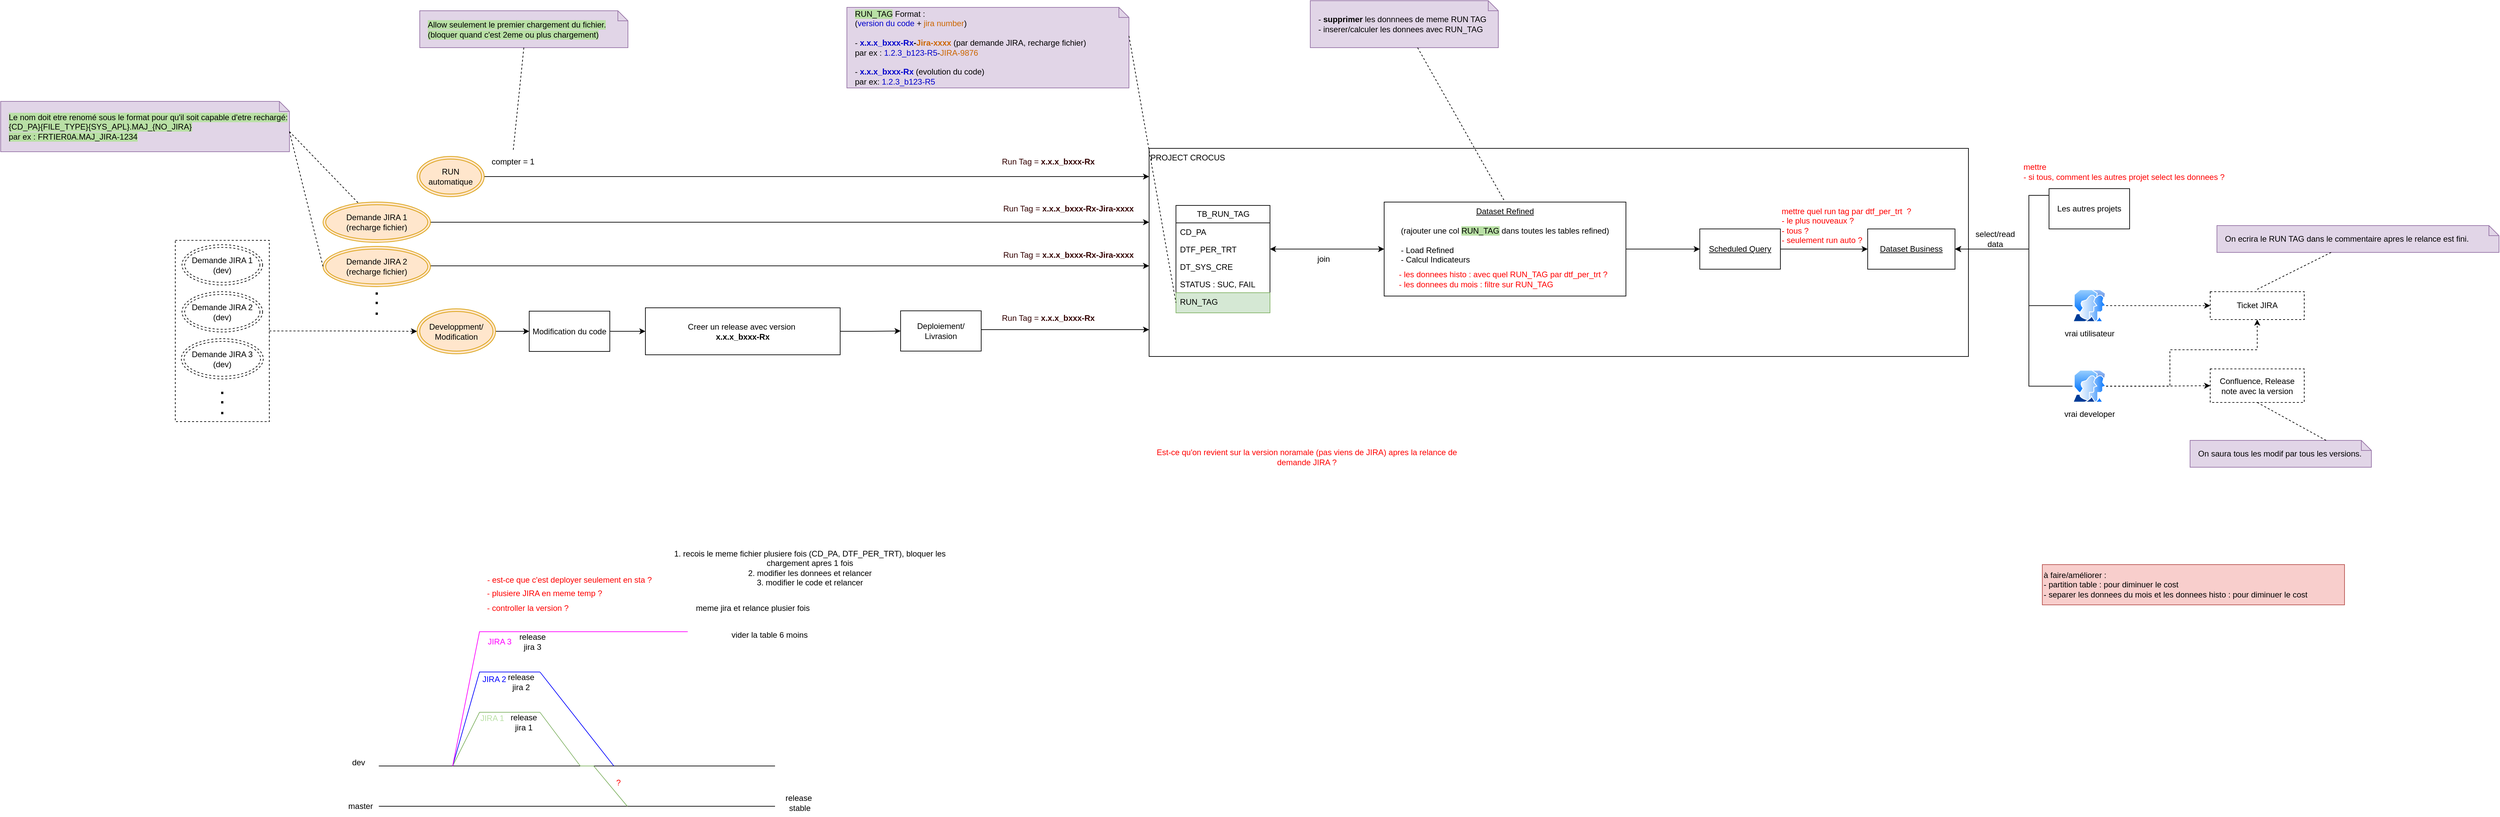
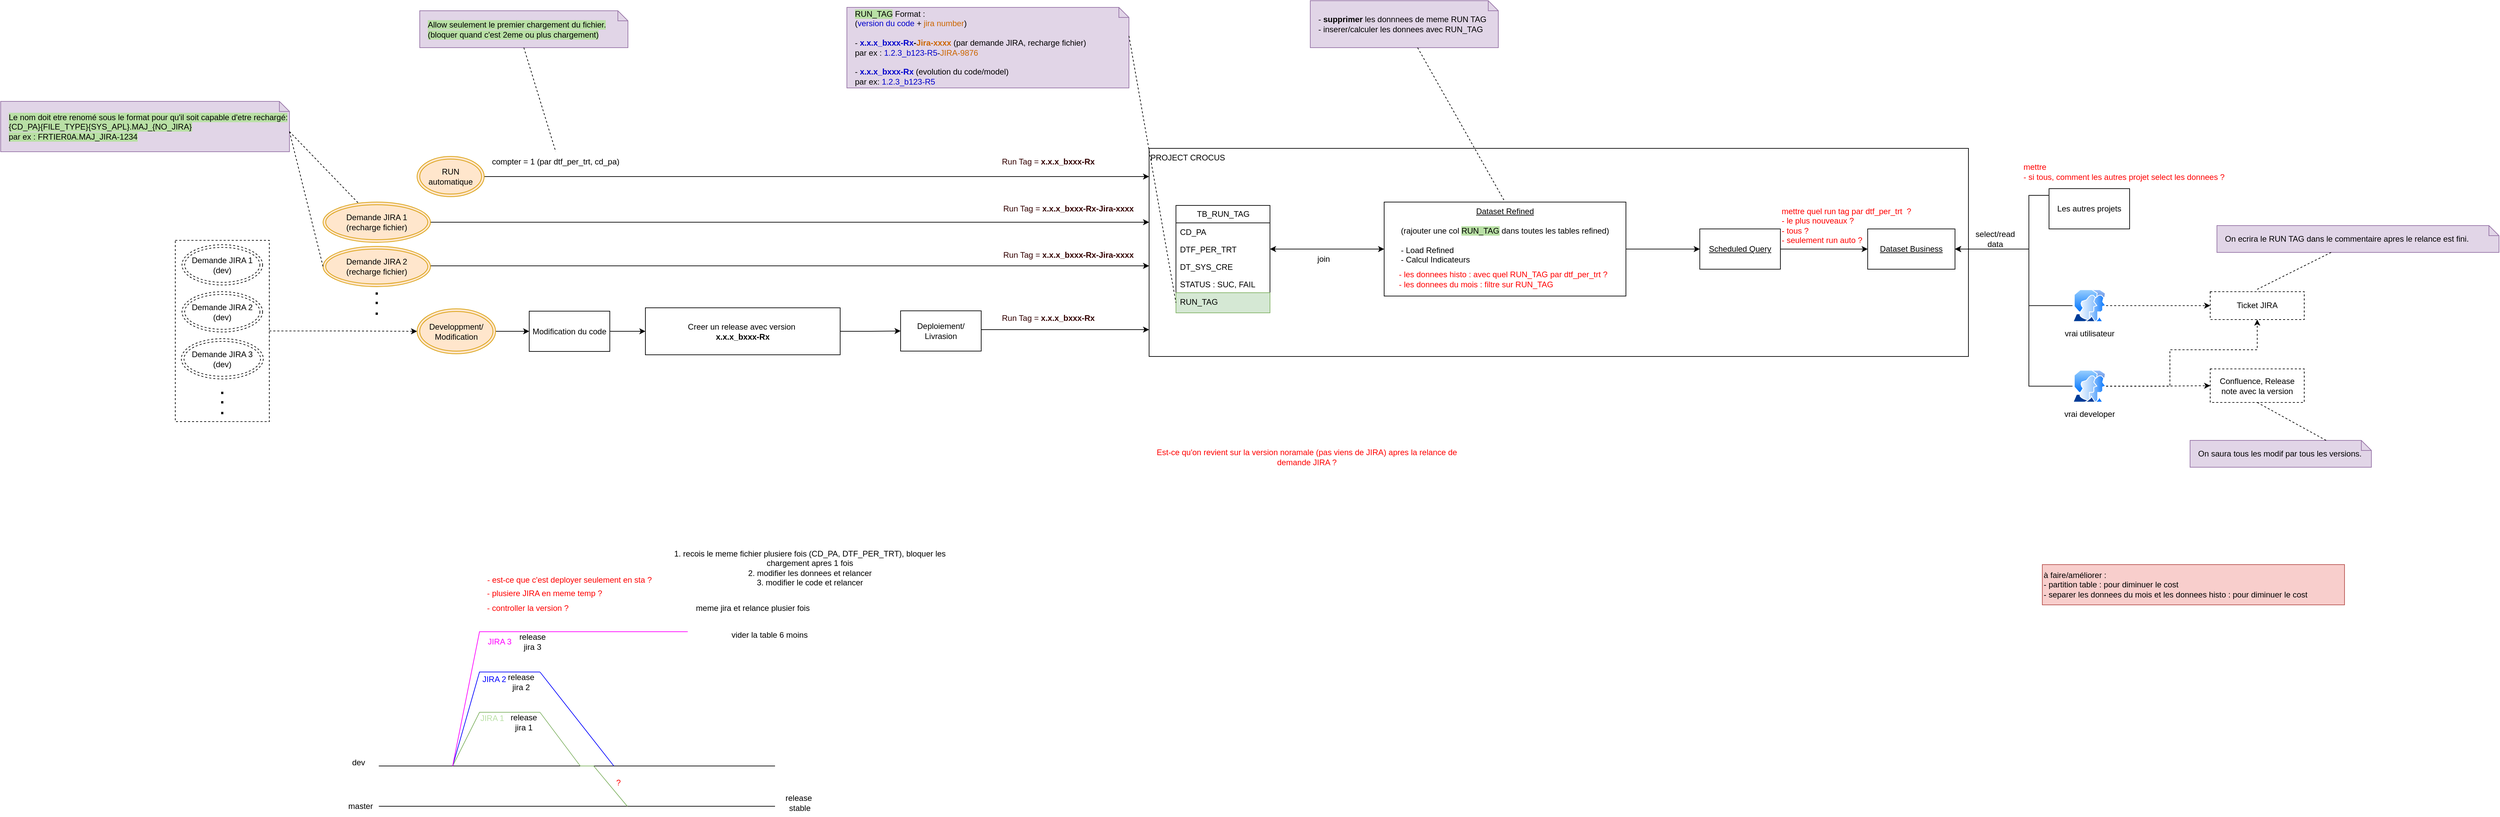
<mxfile host="app.diagrams.net">
  <diagram name="Page-1" id="bEAYSmEDHXBXhFzCy1HB">
    <mxGraphModel dx="3308" dy="2087" grid="1" gridSize="10" guides="1" tooltips="1" connect="1" arrows="1" fold="1" page="1" pageScale="1" pageWidth="827" pageHeight="1169" math="0" shadow="0">
      <root>
        <mxCell id="0" />
        <mxCell id="1" parent="0" />
        <mxCell id="cKu8MT6L8Fp_BZaxLZj7-22" edge="1" parent="1" source="cKu8MT6L8Fp_BZaxLZj7-16" style="edgeStyle=orthogonalEdgeStyle;rounded=0;orthogonalLoop=1;jettySize=auto;html=1;dashed=1;" target="QUzsFoNl6aFI_2ed8XXq-33">
          <mxGeometry relative="1" as="geometry">
            <Array as="points" />
            <mxPoint x="-937.4999999999995" y="382" as="sourcePoint" />
            <mxPoint x="-602.4999999999995" y="365" as="targetPoint" />
          </mxGeometry>
        </mxCell>
        <mxCell id="cKu8MT6L8Fp_BZaxLZj7-16" parent="1" style="rounded=0;whiteSpace=wrap;html=1;dashed=1;" value="" vertex="1">
          <mxGeometry height="270" width="140" x="-1070" y="247" as="geometry" />
        </mxCell>
        <mxCell id="QUzsFoNl6aFI_2ed8XXq-13" parent="1" style="rounded=0;whiteSpace=wrap;html=1;align=left;verticalAlign=top;" value="PROJECT CROCUS" vertex="1">
          <mxGeometry height="310" width="1220" x="380" y="110" as="geometry" />
        </mxCell>
        <mxCell id="QUzsFoNl6aFI_2ed8XXq-1" parent="1" style="swimlane;fontStyle=0;childLayout=stackLayout;horizontal=1;startSize=26;fillColor=none;horizontalStack=0;resizeParent=1;resizeParentMax=0;resizeLast=0;collapsible=1;marginBottom=0;html=1;" value="TB_RUN_TAG" vertex="1">
          <mxGeometry height="160" width="140" x="420" y="195" as="geometry" />
        </mxCell>
        <mxCell id="QUzsFoNl6aFI_2ed8XXq-2" parent="QUzsFoNl6aFI_2ed8XXq-1" style="text;strokeColor=none;fillColor=none;align=left;verticalAlign=top;spacingLeft=4;spacingRight=4;overflow=hidden;rotatable=0;points=[[0,0.5],[1,0.5]];portConstraint=eastwest;whiteSpace=wrap;html=1;" value="CD_PA" vertex="1">
          <mxGeometry height="26" width="140" y="26" as="geometry" />
        </mxCell>
        <mxCell id="QUzsFoNl6aFI_2ed8XXq-3" parent="QUzsFoNl6aFI_2ed8XXq-1" style="text;strokeColor=none;fillColor=none;align=left;verticalAlign=top;spacingLeft=4;spacingRight=4;overflow=hidden;rotatable=0;points=[[0,0.5],[1,0.5]];portConstraint=eastwest;whiteSpace=wrap;html=1;" value="DTF_PER_TRT" vertex="1">
          <mxGeometry height="26" width="140" y="52" as="geometry" />
        </mxCell>
        <mxCell id="QUzsFoNl6aFI_2ed8XXq-4" parent="QUzsFoNl6aFI_2ed8XXq-1" style="text;strokeColor=none;fillColor=none;align=left;verticalAlign=top;spacingLeft=4;spacingRight=4;overflow=hidden;rotatable=0;points=[[0,0.5],[1,0.5]];portConstraint=eastwest;whiteSpace=wrap;html=1;" value="DT_SYS_CRE" vertex="1">
          <mxGeometry height="26" width="140" y="78" as="geometry" />
        </mxCell>
        <mxCell id="QUzsFoNl6aFI_2ed8XXq-105" parent="QUzsFoNl6aFI_2ed8XXq-1" style="text;strokeColor=none;fillColor=none;align=left;verticalAlign=top;spacingLeft=4;spacingRight=4;overflow=hidden;rotatable=0;points=[[0,0.5],[1,0.5]];portConstraint=eastwest;whiteSpace=wrap;html=1;" value="STATUS : SUC, FAIL" vertex="1">
          <mxGeometry height="26" width="140" y="104" as="geometry" />
        </mxCell>
        <mxCell id="QUzsFoNl6aFI_2ed8XXq-5" parent="QUzsFoNl6aFI_2ed8XXq-1" style="text;strokeColor=#82b366;fillColor=#d5e8d4;align=left;verticalAlign=top;spacingLeft=4;spacingRight=4;overflow=hidden;rotatable=0;points=[[0,0.5],[1,0.5]];portConstraint=eastwest;whiteSpace=wrap;html=1;" value="RUN_TAG" vertex="1">
          <mxGeometry height="30" width="140" y="130" as="geometry" />
        </mxCell>
-         <mxCell id="QUzsFoNl6aFI_2ed8XXq-7" parent="1" style="shape=note;size=15;align=left;spacingLeft=10;html=1;whiteSpace=wrap;fillColor=#e1d5e7;strokeColor=#9673a6;" value="&lt;span style=&quot;background-color: rgb(185, 224, 165);&quot;&gt;RUN_TAG&lt;/span&gt; Format :&amp;nbsp;&lt;div&gt;(&lt;font style=&quot;color: rgb(0, 0, 204);&quot;&gt;version du code&lt;/font&gt; +&lt;font style=&quot;color: rgb(204, 102, 0);&quot;&gt; &lt;font&gt;jira number&lt;/font&gt;&lt;/font&gt;)&lt;/div&gt;&lt;div&gt;&lt;br&gt;&lt;div&gt;- &lt;b&gt;&lt;font style=&quot;color: rgb(0, 0, 204);&quot;&gt;x.x.x_bxxx-Rx&lt;/font&gt;-&lt;font style=&quot;color: rgb(204, 102, 0);&quot;&gt;Jira-xxxx&lt;/font&gt;&lt;/b&gt; (par demande JIRA, recharge fichier)&amp;nbsp;&lt;/div&gt;&lt;div&gt;par ex : &lt;font style=&quot;color: rgb(0, 0, 204);&quot;&gt;1.2.3_b123-R5&lt;/font&gt;-&lt;font style=&quot;color: rgb(204, 102, 0);&quot;&gt;JIRA-9876&lt;/font&gt;&lt;/div&gt;&lt;div&gt;&lt;br&gt;&lt;/div&gt;&lt;div&gt;-&lt;b&gt; &lt;font style=&quot;color: rgb(0, 0, 204);&quot;&gt;x.x.x_bxxx-Rx&lt;/font&gt;&lt;/b&gt; (evolution du code)&lt;/div&gt;&lt;div&gt;&lt;span style=&quot;background-color: transparent; color: light-dark(rgb(0, 0, 0), rgb(255, 255, 255));&quot;&gt;par ex: &lt;/span&gt;&lt;span style=&quot;background-color: transparent;&quot;&gt;&lt;font style=&quot;color: light-dark(rgb(0, 0, 204), rgb(255, 255, 255));&quot;&gt;1.2.3_b123-R5&lt;/font&gt;&lt;/span&gt;&lt;/div&gt;&lt;/div&gt;" vertex="1">
+         <mxCell id="QUzsFoNl6aFI_2ed8XXq-7" parent="1" style="shape=note;size=15;align=left;spacingLeft=10;html=1;whiteSpace=wrap;fillColor=#e1d5e7;strokeColor=#9673a6;" value="&lt;span style=&quot;background-color: rgb(185, 224, 165);&quot;&gt;RUN_TAG&lt;/span&gt; Format :&amp;nbsp;&lt;div&gt;(&lt;font style=&quot;color: rgb(0, 0, 204);&quot;&gt;version du code&lt;/font&gt; +&lt;font style=&quot;color: rgb(204, 102, 0);&quot;&gt; &lt;font&gt;jira number&lt;/font&gt;&lt;/font&gt;)&lt;/div&gt;&lt;div&gt;&lt;br&gt;&lt;div&gt;- &lt;b&gt;&lt;font style=&quot;color: rgb(0, 0, 204);&quot;&gt;x.x.x_bxxx-Rx&lt;/font&gt;-&lt;font style=&quot;color: rgb(204, 102, 0);&quot;&gt;Jira-xxxx&lt;/font&gt;&lt;/b&gt; (par demande JIRA, recharge fichier)&amp;nbsp;&lt;/div&gt;&lt;div&gt;par ex : &lt;font style=&quot;color: rgb(0, 0, 204);&quot;&gt;1.2.3_b123-R5&lt;/font&gt;-&lt;font style=&quot;color: rgb(204, 102, 0);&quot;&gt;JIRA-9876&lt;/font&gt;&lt;/div&gt;&lt;div&gt;&lt;br&gt;&lt;/div&gt;&lt;div&gt;-&lt;b&gt; &lt;font style=&quot;color: rgb(0, 0, 204);&quot;&gt;x.x.x_bxxx-Rx&lt;/font&gt;&lt;/b&gt; (evolution du code/model)&lt;/div&gt;&lt;div&gt;&lt;span style=&quot;background-color: transparent; color: light-dark(rgb(0, 0, 0), rgb(255, 255, 255));&quot;&gt;par ex: &lt;/span&gt;&lt;span style=&quot;background-color: transparent;&quot;&gt;&lt;font style=&quot;color: light-dark(rgb(0, 0, 204), rgb(255, 255, 255));&quot;&gt;1.2.3_b123-R5&lt;/font&gt;&lt;/span&gt;&lt;/div&gt;&lt;/div&gt;" vertex="1">
          <mxGeometry height="120" width="420" x="-70" y="-100" as="geometry" />
        </mxCell>
        <mxCell id="QUzsFoNl6aFI_2ed8XXq-8" edge="1" parent="1" source="QUzsFoNl6aFI_2ed8XXq-7" style="edgeStyle=none;endArrow=none;exitX=0;exitY=0;dashed=1;html=1;rounded=0;entryX=0;entryY=0.5;entryDx=0;entryDy=0;exitDx=420;exitDy=42.5;exitPerimeter=0;" target="QUzsFoNl6aFI_2ed8XXq-5" value="">
          <mxGeometry relative="1" x="1" as="geometry">
            <mxPoint x="590" y="660" as="targetPoint" />
          </mxGeometry>
        </mxCell>
        <mxCell id="QUzsFoNl6aFI_2ed8XXq-10" parent="1" style="rounded=0;whiteSpace=wrap;html=1;dashed=1;" value="Confluence, Release note avec la v&lt;span style=&quot;background-color: transparent; color: light-dark(rgb(0, 0, 0), rgb(255, 255, 255));&quot;&gt;ersion&lt;/span&gt;" vertex="1">
          <mxGeometry height="50" width="140" x="1960" y="438.5" as="geometry" />
        </mxCell>
        <mxCell id="QUzsFoNl6aFI_2ed8XXq-11" parent="1" style="rounded=0;whiteSpace=wrap;html=1;dashed=1;" value="Ticket JIRA" vertex="1">
          <mxGeometry height="41.5" width="140" x="1960" y="323.5" as="geometry" />
        </mxCell>
        <mxCell id="QUzsFoNl6aFI_2ed8XXq-42" edge="1" parent="1" source="QUzsFoNl6aFI_2ed8XXq-12" style="edgeStyle=orthogonalEdgeStyle;rounded=0;orthogonalLoop=1;jettySize=auto;html=1;entryX=1;entryY=0.5;entryDx=0;entryDy=0;startArrow=classic;startFill=1;" target="QUzsFoNl6aFI_2ed8XXq-3">
          <mxGeometry relative="1" as="geometry" />
        </mxCell>
        <mxCell id="QUzsFoNl6aFI_2ed8XXq-50" edge="1" parent="1" source="QUzsFoNl6aFI_2ed8XXq-12" style="edgeStyle=orthogonalEdgeStyle;rounded=0;orthogonalLoop=1;jettySize=auto;html=1;" target="QUzsFoNl6aFI_2ed8XXq-46">
          <mxGeometry relative="1" as="geometry">
            <Array as="points" />
          </mxGeometry>
        </mxCell>
        <mxCell id="QUzsFoNl6aFI_2ed8XXq-12" parent="1" style="rounded=0;whiteSpace=wrap;html=1;verticalAlign=top;" value="&lt;u&gt;Dataset Refined&lt;/u&gt;&lt;div&gt;&lt;u&gt;&lt;br&gt;&lt;/u&gt;&lt;div&gt;(rajouter une col &lt;span style=&quot;background-color: rgb(185, 224, 165);&quot;&gt;RUN_TAG&lt;/span&gt;&lt;span&gt; &lt;/span&gt;dans toutes les tables refined)&lt;/div&gt;&lt;div&gt;&lt;br&gt;&lt;/div&gt;&lt;div style=&quot;text-align: left;&quot;&gt;- Load Refined&amp;nbsp; &amp;nbsp; &amp;nbsp; &amp;nbsp;&lt;/div&gt;&lt;div style=&quot;text-align: left;&quot;&gt;- Calcul Indicateurs&lt;/div&gt;&lt;/div&gt;" vertex="1">
          <mxGeometry height="140" width="360" x="730" y="190" as="geometry" />
        </mxCell>
        <mxCell id="QUzsFoNl6aFI_2ed8XXq-27" edge="1" parent="1" source="QUzsFoNl6aFI_2ed8XXq-33" style="edgeStyle=orthogonalEdgeStyle;rounded=0;orthogonalLoop=1;jettySize=auto;html=1;entryX=0;entryY=0.5;entryDx=0;entryDy=0;" target="QUzsFoNl6aFI_2ed8XXq-23">
          <mxGeometry relative="1" as="geometry">
            <mxPoint x="-740" y="198" as="sourcePoint" />
          </mxGeometry>
        </mxCell>
        <mxCell id="QUzsFoNl6aFI_2ed8XXq-19" parent="1" style="text;html=1;whiteSpace=wrap;strokeColor=none;fillColor=none;align=center;verticalAlign=middle;rounded=0;fontColor=#330000;" value="&lt;font style=&quot;&quot;&gt;Run Tag =&amp;nbsp;&lt;/font&gt;&lt;b style=&quot;text-align: left;&quot;&gt;x.x.x_bxxx-Rx-Jira-xxxx&lt;/b&gt;" vertex="1">
          <mxGeometry height="30" width="200" x="160" y="253.5" as="geometry" />
        </mxCell>
        <mxCell id="cKu8MT6L8Fp_BZaxLZj7-37" edge="1" parent="1" source="QUzsFoNl6aFI_2ed8XXq-23" style="edgeStyle=orthogonalEdgeStyle;rounded=0;orthogonalLoop=1;jettySize=auto;html=1;" target="QUzsFoNl6aFI_2ed8XXq-25">
          <mxGeometry relative="1" as="geometry" />
        </mxCell>
        <mxCell id="QUzsFoNl6aFI_2ed8XXq-23" parent="1" style="rounded=0;whiteSpace=wrap;html=1;" value="Modification du code" vertex="1">
          <mxGeometry height="60" width="120" x="-543" y="352.5" as="geometry" />
        </mxCell>
        <mxCell id="QUzsFoNl6aFI_2ed8XXq-31" edge="1" parent="1" source="QUzsFoNl6aFI_2ed8XXq-24" style="edgeStyle=orthogonalEdgeStyle;rounded=0;orthogonalLoop=1;jettySize=auto;html=1;" target="QUzsFoNl6aFI_2ed8XXq-13">
          <mxGeometry relative="1" as="geometry">
            <Array as="points">
              <mxPoint x="180" y="380" />
              <mxPoint x="180" y="380" />
            </Array>
            <mxPoint x="380" y="373" as="targetPoint" />
          </mxGeometry>
        </mxCell>
        <mxCell id="QUzsFoNl6aFI_2ed8XXq-24" parent="1" style="rounded=0;whiteSpace=wrap;html=1;" value="Deploiement/ Livrasion" vertex="1">
          <mxGeometry height="60" width="120" x="10" y="352" as="geometry" />
        </mxCell>
        <mxCell id="cKu8MT6L8Fp_BZaxLZj7-38" edge="1" parent="1" source="QUzsFoNl6aFI_2ed8XXq-25" style="edgeStyle=orthogonalEdgeStyle;rounded=0;orthogonalLoop=1;jettySize=auto;html=1;" target="QUzsFoNl6aFI_2ed8XXq-24">
          <mxGeometry relative="1" as="geometry" />
        </mxCell>
        <mxCell id="QUzsFoNl6aFI_2ed8XXq-25" parent="1" style="rounded=0;whiteSpace=wrap;html=1;" value="Creer un release avec version&amp;nbsp;&lt;div&gt;&lt;span style=&quot;text-align: left;&quot;&gt;&lt;b&gt;x.x.x_bxxx-Rx&lt;/b&gt;&lt;/span&gt;&lt;/div&gt;" vertex="1">
          <mxGeometry height="70" width="290" x="-370" y="347.5" as="geometry" />
        </mxCell>
        <mxCell id="QUzsFoNl6aFI_2ed8XXq-33" parent="1" style="ellipse;shape=doubleEllipse;whiteSpace=wrap;html=1;fillColor=#ffe6cc;strokeColor=#d79b00;" value="Developpment/&lt;div&gt;Modification&lt;/div&gt;" vertex="1">
          <mxGeometry height="67" width="117" x="-710" y="349" as="geometry" />
        </mxCell>
        <mxCell id="cKu8MT6L8Fp_BZaxLZj7-5" edge="1" parent="1" style="edgeStyle=orthogonalEdgeStyle;rounded=0;orthogonalLoop=1;jettySize=auto;html=1;">
          <mxGeometry relative="1" as="geometry">
            <Array as="points">
              <mxPoint x="-470" y="285" />
              <mxPoint x="-470" y="285" />
            </Array>
            <mxPoint x="-690.0000000000005" y="285" as="sourcePoint" />
            <mxPoint x="380" y="285" as="targetPoint" />
          </mxGeometry>
        </mxCell>
        <mxCell id="QUzsFoNl6aFI_2ed8XXq-34" parent="1" style="ellipse;shape=doubleEllipse;whiteSpace=wrap;html=1;fillColor=#ffe6cc;strokeColor=#d79b00;" value="Demande JIRA 2&lt;div&gt;(recharge fichier)&lt;/div&gt;" vertex="1">
          <mxGeometry height="60" width="160" x="-850" y="256" as="geometry" />
        </mxCell>
        <mxCell id="QUzsFoNl6aFI_2ed8XXq-36" edge="1" parent="1" source="QUzsFoNl6aFI_2ed8XXq-35" style="edgeStyle=orthogonalEdgeStyle;rounded=0;orthogonalLoop=1;jettySize=auto;html=1;">
          <mxGeometry relative="1" as="geometry">
            <Array as="points">
              <mxPoint x="110" y="152" />
              <mxPoint x="110" y="152" />
            </Array>
            <mxPoint x="380" y="152.0588235294117" as="targetPoint" />
          </mxGeometry>
        </mxCell>
        <mxCell id="QUzsFoNl6aFI_2ed8XXq-35" parent="1" style="ellipse;shape=doubleEllipse;whiteSpace=wrap;html=1;fillColor=#ffe6cc;strokeColor=#d79b00;" value="RUN automatique" vertex="1">
          <mxGeometry height="60" width="100" x="-710" y="122" as="geometry" />
        </mxCell>
        <mxCell id="QUzsFoNl6aFI_2ed8XXq-40" parent="1" style="shape=note;size=15;align=left;spacingLeft=10;html=1;whiteSpace=wrap;fillColor=#e1d5e7;strokeColor=#9673a6;" value="- &lt;b&gt;supprimer &lt;/b&gt;les donnnees de meme RUN TAG&lt;div&gt;- inserer/calculer les donnees avec RUN_TAG&lt;/div&gt;" vertex="1">
          <mxGeometry height="70" width="280" x="620" y="-110" as="geometry" />
        </mxCell>
        <mxCell id="QUzsFoNl6aFI_2ed8XXq-41" edge="1" parent="1" source="QUzsFoNl6aFI_2ed8XXq-40" style="edgeStyle=none;endArrow=none;dashed=1;html=1;rounded=0;entryX=0.5;entryY=0;entryDx=0;entryDy=0;" target="QUzsFoNl6aFI_2ed8XXq-12" value="">
          <mxGeometry relative="1" x="1" as="geometry">
            <mxPoint x="720" y="650" as="sourcePoint" />
            <mxPoint x="772" y="500" as="targetPoint" />
          </mxGeometry>
        </mxCell>
        <mxCell id="QUzsFoNl6aFI_2ed8XXq-43" parent="1" style="text;html=1;whiteSpace=wrap;strokeColor=none;fillColor=none;align=left;verticalAlign=middle;rounded=0;" value="&lt;font style=&quot;color: rgb(255, 0, 0);&quot;&gt;- les donnees histo : avec quel RUN_TAG par dtf_per_trt ?&lt;/font&gt;&lt;div&gt;&lt;font style=&quot;color: rgb(255, 0, 0);&quot;&gt;- les donnees du mois : f&lt;/font&gt;&lt;span style=&quot;color: light-dark(rgb(255, 0, 0), rgb(255, 144, 144)); background-color: transparent;&quot;&gt;iltre sur RUN_TAG&lt;/span&gt;&lt;/div&gt;" vertex="1">
          <mxGeometry height="30" width="330" x="750" y="290" as="geometry" />
        </mxCell>
        <mxCell id="QUzsFoNl6aFI_2ed8XXq-45" parent="1" style="rounded=0;whiteSpace=wrap;html=1;" value="&lt;u&gt;Dataset Business&lt;/u&gt;" vertex="1">
          <mxGeometry height="60" width="130" x="1450" y="230" as="geometry" />
        </mxCell>
        <mxCell id="QUzsFoNl6aFI_2ed8XXq-48" edge="1" parent="1" source="QUzsFoNl6aFI_2ed8XXq-46" style="edgeStyle=orthogonalEdgeStyle;rounded=0;orthogonalLoop=1;jettySize=auto;html=1;" target="QUzsFoNl6aFI_2ed8XXq-45">
          <mxGeometry relative="1" as="geometry" />
        </mxCell>
        <mxCell id="QUzsFoNl6aFI_2ed8XXq-46" parent="1" style="rounded=0;whiteSpace=wrap;html=1;" value="&lt;u&gt;Scheduled Query&lt;/u&gt;" vertex="1">
          <mxGeometry height="60" width="120" x="1200" y="230" as="geometry" />
        </mxCell>
        <mxCell id="QUzsFoNl6aFI_2ed8XXq-51" parent="1" style="text;html=1;whiteSpace=wrap;strokeColor=none;fillColor=none;align=left;verticalAlign=middle;rounded=0;fontColor=#FF0000;" value="mettre quel run tag par dtf_per_trt&amp;nbsp;&amp;nbsp;?&amp;nbsp;&lt;div&gt;- le plus nouveaux ?&lt;/div&gt;&lt;div&gt;- tous ?&lt;/div&gt;&lt;div&gt;- seulement run auto ?&lt;/div&gt;" vertex="1">
          <mxGeometry height="30" width="370" x="1320" y="210" as="geometry" />
        </mxCell>
        <mxCell id="QUzsFoNl6aFI_2ed8XXq-59" edge="1" parent="1" source="QUzsFoNl6aFI_2ed8XXq-52" style="edgeStyle=orthogonalEdgeStyle;rounded=0;orthogonalLoop=1;jettySize=auto;html=1;entryX=1;entryY=0.5;entryDx=0;entryDy=0;" target="QUzsFoNl6aFI_2ed8XXq-45">
          <mxGeometry relative="1" as="geometry">
            <Array as="points">
              <mxPoint x="1690" y="180" />
              <mxPoint x="1690" y="260" />
            </Array>
          </mxGeometry>
        </mxCell>
        <mxCell id="QUzsFoNl6aFI_2ed8XXq-52" parent="1" style="rounded=0;whiteSpace=wrap;html=1;" value="Les autres projets" vertex="1">
          <mxGeometry height="60" width="120" x="1720" y="170" as="geometry" />
        </mxCell>
        <mxCell id="QUzsFoNl6aFI_2ed8XXq-58" edge="1" parent="1" source="QUzsFoNl6aFI_2ed8XXq-57" style="edgeStyle=orthogonalEdgeStyle;rounded=0;orthogonalLoop=1;jettySize=auto;html=1;entryX=1;entryY=0.5;entryDx=0;entryDy=0;" target="QUzsFoNl6aFI_2ed8XXq-45">
          <mxGeometry relative="1" as="geometry">
            <Array as="points">
              <mxPoint x="1690" y="344" />
              <mxPoint x="1690" y="260" />
            </Array>
          </mxGeometry>
        </mxCell>
        <mxCell id="QUzsFoNl6aFI_2ed8XXq-65" edge="1" parent="1" source="QUzsFoNl6aFI_2ed8XXq-57" style="edgeStyle=orthogonalEdgeStyle;rounded=0;orthogonalLoop=1;jettySize=auto;html=1;dashed=1;" target="QUzsFoNl6aFI_2ed8XXq-11">
          <mxGeometry relative="1" as="geometry" />
        </mxCell>
        <mxCell id="QUzsFoNl6aFI_2ed8XXq-57" parent="1" style="image;aspect=fixed;perimeter=ellipsePerimeter;html=1;align=center;shadow=0;dashed=0;spacingTop=3;image=img/lib/active_directory/user_accounts.svg;" value="vrai utilisateur" vertex="1">
          <mxGeometry height="48.5" width="50" x="1755" y="320" as="geometry" />
        </mxCell>
        <mxCell id="QUzsFoNl6aFI_2ed8XXq-60" parent="1" style="text;html=1;whiteSpace=wrap;strokeColor=none;fillColor=none;align=center;verticalAlign=middle;rounded=0;" value="select/read data" vertex="1">
          <mxGeometry height="30" width="60" x="1610" y="230" as="geometry" />
        </mxCell>
        <mxCell id="QUzsFoNl6aFI_2ed8XXq-63" edge="1" parent="1" source="QUzsFoNl6aFI_2ed8XXq-62" style="edgeStyle=orthogonalEdgeStyle;rounded=0;orthogonalLoop=1;jettySize=auto;html=1;entryX=1;entryY=0.5;entryDx=0;entryDy=0;" target="QUzsFoNl6aFI_2ed8XXq-45">
          <mxGeometry relative="1" as="geometry">
            <Array as="points">
              <mxPoint x="1690" y="464" />
              <mxPoint x="1690" y="260" />
            </Array>
          </mxGeometry>
        </mxCell>
        <mxCell id="QUzsFoNl6aFI_2ed8XXq-66" edge="1" parent="1" source="QUzsFoNl6aFI_2ed8XXq-62" style="edgeStyle=orthogonalEdgeStyle;rounded=0;orthogonalLoop=1;jettySize=auto;html=1;dashed=1;" target="QUzsFoNl6aFI_2ed8XXq-10">
          <mxGeometry relative="1" as="geometry" />
        </mxCell>
        <mxCell id="QUzsFoNl6aFI_2ed8XXq-68" edge="1" parent="1" source="QUzsFoNl6aFI_2ed8XXq-62" style="edgeStyle=orthogonalEdgeStyle;rounded=0;orthogonalLoop=1;jettySize=auto;html=1;entryX=0.5;entryY=1;entryDx=0;entryDy=0;dashed=1;" target="QUzsFoNl6aFI_2ed8XXq-11">
          <mxGeometry relative="1" as="geometry">
            <Array as="points">
              <mxPoint x="1900" y="464" />
              <mxPoint x="1900" y="410" />
              <mxPoint x="2030" y="410" />
            </Array>
          </mxGeometry>
        </mxCell>
        <mxCell id="QUzsFoNl6aFI_2ed8XXq-62" parent="1" style="image;aspect=fixed;perimeter=ellipsePerimeter;html=1;align=center;shadow=0;dashed=0;spacingTop=3;image=img/lib/active_directory/user_accounts.svg;" value="vrai developer" vertex="1">
          <mxGeometry height="48.5" width="50" x="1755" y="440" as="geometry" />
        </mxCell>
        <mxCell id="QUzsFoNl6aFI_2ed8XXq-69" parent="1" style="shape=note;size=15;align=left;spacingLeft=10;html=1;whiteSpace=wrap;fillColor=#e1d5e7;strokeColor=#9673a6;" value="On ecrira le RUN TAG dans le commentaire apres le relance est fini." vertex="1">
          <mxGeometry height="40" width="420" x="1970" y="225" as="geometry" />
        </mxCell>
        <mxCell id="QUzsFoNl6aFI_2ed8XXq-70" edge="1" parent="1" source="QUzsFoNl6aFI_2ed8XXq-69" style="edgeStyle=none;endArrow=none;dashed=1;html=1;rounded=0;" value="">
          <mxGeometry relative="1" x="1" as="geometry">
            <mxPoint x="970" y="210" as="sourcePoint" />
            <mxPoint x="2030" y="320" as="targetPoint" />
          </mxGeometry>
        </mxCell>
        <mxCell id="QUzsFoNl6aFI_2ed8XXq-71" parent="1" style="shape=note;size=15;align=left;spacingLeft=10;html=1;whiteSpace=wrap;fillColor=#e1d5e7;strokeColor=#9673a6;" value="On saura tous les modif par tous les versions." vertex="1">
          <mxGeometry height="40" width="270" x="1930" y="545" as="geometry" />
        </mxCell>
        <mxCell id="QUzsFoNl6aFI_2ed8XXq-72" edge="1" parent="1" source="QUzsFoNl6aFI_2ed8XXq-71" style="edgeStyle=none;endArrow=none;dashed=1;html=1;rounded=0;entryX=0.5;entryY=1;entryDx=0;entryDy=0;exitX=0;exitY=0;exitDx=202.5;exitDy=0;exitPerimeter=0;" target="QUzsFoNl6aFI_2ed8XXq-10" value="">
          <mxGeometry relative="1" x="1" as="geometry">
            <mxPoint x="2180" y="470" as="sourcePoint" />
            <mxPoint x="2070" y="525" as="targetPoint" />
          </mxGeometry>
        </mxCell>
        <mxCell id="QUzsFoNl6aFI_2ed8XXq-73" parent="1" style="text;html=1;whiteSpace=wrap;strokeColor=none;fillColor=none;align=left;verticalAlign=middle;rounded=0;fontColor=#FF0000;" value="mettre&amp;nbsp;&lt;div&gt;&lt;span style=&quot;background-color: transparent; color: light-dark(rgb(255, 0, 0), rgb(255, 144, 144));&quot;&gt;- si tous, comment les autres projet select les donnees ?&lt;/span&gt;&lt;/div&gt;" vertex="1">
          <mxGeometry height="30" width="370" x="1680" y="130" as="geometry" />
        </mxCell>
        <mxCell id="QUzsFoNl6aFI_2ed8XXq-74" parent="1" style="rounded=0;whiteSpace=wrap;html=1;align=left;fillColor=#f8cecc;strokeColor=#b85450;" value="à faire/améliorer :&lt;div&gt;- partition table : pour diminuer le cost&lt;/div&gt;&lt;div&gt;- separer les donnees du mois et les donnees histo&amp;nbsp;&lt;span style=&quot;background-color: transparent; color: light-dark(rgb(0, 0, 0), rgb(255, 255, 255));&quot;&gt;: pour diminuer le cost&lt;/span&gt;&lt;/div&gt;" vertex="1">
          <mxGeometry height="60" width="450" x="1710" y="730" as="geometry" />
        </mxCell>
        <mxCell id="QUzsFoNl6aFI_2ed8XXq-76" parent="1" style="text;html=1;whiteSpace=wrap;strokeColor=none;fillColor=none;align=center;verticalAlign=middle;rounded=0;" value="join" vertex="1">
          <mxGeometry height="30" width="60" x="610" y="260" as="geometry" />
        </mxCell>
        <mxCell id="QUzsFoNl6aFI_2ed8XXq-77" parent="1" style="text;html=1;whiteSpace=wrap;strokeColor=none;fillColor=none;align=center;verticalAlign=middle;rounded=0;fontColor=#FF0000;" value="Est-ce qu&#39;on revient sur la version noramale (pas viens de JIRA) apres la relance de demande JIRA ?" vertex="1">
          <mxGeometry height="30" width="470" x="380" y="555" as="geometry" />
        </mxCell>
        <mxCell id="QUzsFoNl6aFI_2ed8XXq-78" parent="1" style="text;html=1;whiteSpace=wrap;strokeColor=none;fillColor=none;align=center;verticalAlign=middle;rounded=0;fontColor=#FF0000;" value="- est-ce que c&#39;est deployer seulement en sta ?" vertex="1">
          <mxGeometry height="30" width="290" x="-628" y="738" as="geometry" />
        </mxCell>
        <mxCell id="QUzsFoNl6aFI_2ed8XXq-79" parent="1" style="text;html=1;whiteSpace=wrap;strokeColor=none;fillColor=none;align=center;verticalAlign=middle;rounded=0;fontColor=#FF0000;" value="- plusiere JIRA en meme temp ?" vertex="1">
          <mxGeometry height="30" width="290" x="-665" y="758" as="geometry" />
        </mxCell>
        <mxCell id="QUzsFoNl6aFI_2ed8XXq-80" parent="1" style="text;html=1;whiteSpace=wrap;strokeColor=none;fillColor=none;align=center;verticalAlign=middle;rounded=0;fontColor=#FF0000;" value="- controller la version ?" vertex="1">
          <mxGeometry height="30" width="290" x="-690" y="780" as="geometry" />
        </mxCell>
        <mxCell id="QUzsFoNl6aFI_2ed8XXq-81" edge="1" parent="1" style="endArrow=none;html=1;rounded=0;" value="">
          <mxGeometry height="50" relative="1" width="50" as="geometry">
            <mxPoint x="-767" y="1030" as="sourcePoint" />
            <mxPoint x="-177" y="1030" as="targetPoint" />
          </mxGeometry>
        </mxCell>
        <mxCell id="QUzsFoNl6aFI_2ed8XXq-83" edge="1" parent="1" style="endArrow=none;html=1;rounded=0;fillColor=#d5e8d4;strokeColor=#82b366;" value="">
          <mxGeometry height="50" relative="1" width="50" as="geometry">
            <Array as="points">
              <mxPoint x="-617" y="950" />
            </Array>
            <mxPoint x="-657" y="1030" as="sourcePoint" />
            <mxPoint x="-527" y="950" as="targetPoint" />
          </mxGeometry>
        </mxCell>
        <mxCell id="QUzsFoNl6aFI_2ed8XXq-84" parent="1" style="text;html=1;whiteSpace=wrap;strokeColor=none;fillColor=none;align=center;verticalAlign=middle;rounded=0;" value="dev" vertex="1">
          <mxGeometry height="30" width="60" x="-827" y="1010" as="geometry" />
        </mxCell>
        <mxCell id="QUzsFoNl6aFI_2ed8XXq-85" edge="1" parent="1" style="endArrow=none;html=1;rounded=0;strokeColor=#0000FF;" value="">
          <mxGeometry height="50" relative="1" width="50" as="geometry">
            <Array as="points">
              <mxPoint x="-617" y="890" />
            </Array>
            <mxPoint x="-657" y="1030" as="sourcePoint" />
            <mxPoint x="-527" y="890" as="targetPoint" />
          </mxGeometry>
        </mxCell>
        <mxCell id="QUzsFoNl6aFI_2ed8XXq-86" edge="1" parent="1" style="endArrow=none;html=1;rounded=0;strokeColor=#FF00FF;" value="">
          <mxGeometry height="50" relative="1" width="50" as="geometry">
            <Array as="points">
              <mxPoint x="-617" y="830" />
            </Array>
            <mxPoint x="-657" y="1030" as="sourcePoint" />
            <mxPoint x="-307" y="830" as="targetPoint" />
          </mxGeometry>
        </mxCell>
        <mxCell id="QUzsFoNl6aFI_2ed8XXq-87" parent="1" style="text;html=1;whiteSpace=wrap;strokeColor=none;fillColor=none;align=center;verticalAlign=middle;rounded=0;fontColor=#B9E0A5;" value="JIRA 1" vertex="1">
          <mxGeometry height="30" width="60" x="-628" y="944" as="geometry" />
        </mxCell>
        <mxCell id="QUzsFoNl6aFI_2ed8XXq-88" parent="1" style="text;html=1;whiteSpace=wrap;strokeColor=none;fillColor=none;align=center;verticalAlign=middle;rounded=0;fontColor=#0000FF;" value="JIRA 2" vertex="1">
          <mxGeometry height="30" width="60" x="-625" y="886" as="geometry" />
        </mxCell>
        <mxCell id="QUzsFoNl6aFI_2ed8XXq-89" parent="1" style="text;html=1;whiteSpace=wrap;strokeColor=none;fillColor=none;align=center;verticalAlign=middle;rounded=0;fontColor=#FF00FF;" value="JIRA 3" vertex="1">
          <mxGeometry height="30" width="60" x="-617" y="830" as="geometry" />
        </mxCell>
        <mxCell id="QUzsFoNl6aFI_2ed8XXq-90" edge="1" parent="1" style="endArrow=none;html=1;rounded=0;" value="">
          <mxGeometry height="50" relative="1" width="50" as="geometry">
            <mxPoint x="-767" y="1090" as="sourcePoint" />
            <mxPoint x="-177" y="1090" as="targetPoint" />
          </mxGeometry>
        </mxCell>
        <mxCell id="QUzsFoNl6aFI_2ed8XXq-91" parent="1" style="text;html=1;whiteSpace=wrap;strokeColor=none;fillColor=none;align=center;verticalAlign=middle;rounded=0;" value="master" vertex="1">
          <mxGeometry height="30" width="60" x="-824" y="1075" as="geometry" />
        </mxCell>
        <mxCell id="QUzsFoNl6aFI_2ed8XXq-92" edge="1" parent="1" style="endArrow=none;html=1;rounded=0;fillColor=#d5e8d4;strokeColor=#82b366;" value="">
          <mxGeometry height="50" relative="1" width="50" as="geometry">
            <mxPoint x="-527" y="950" as="sourcePoint" />
            <mxPoint x="-467" y="1030" as="targetPoint" />
          </mxGeometry>
        </mxCell>
        <mxCell id="QUzsFoNl6aFI_2ed8XXq-94" edge="1" parent="1" style="endArrow=none;html=1;rounded=0;strokeColor=#0000FF;" value="">
          <mxGeometry height="50" relative="1" width="50" as="geometry">
            <mxPoint x="-527" y="890" as="sourcePoint" />
            <mxPoint x="-417" y="1030" as="targetPoint" />
          </mxGeometry>
        </mxCell>
        <mxCell id="QUzsFoNl6aFI_2ed8XXq-95" edge="1" parent="1" style="endArrow=none;html=1;rounded=0;fillColor=#d5e8d4;strokeColor=#82b366;" value="">
          <mxGeometry height="50" relative="1" width="50" as="geometry">
            <mxPoint x="-447" y="1030" as="sourcePoint" />
            <mxPoint x="-397" y="1090" as="targetPoint" />
          </mxGeometry>
        </mxCell>
        <mxCell id="QUzsFoNl6aFI_2ed8XXq-96" edge="1" parent="1" style="endArrow=none;html=1;rounded=0;fillColor=#d5e8d4;strokeColor=#82b366;" value="">
          <mxGeometry height="50" relative="1" width="50" as="geometry">
            <mxPoint x="-467" y="1030" as="sourcePoint" />
            <mxPoint x="-447" y="1030" as="targetPoint" />
          </mxGeometry>
        </mxCell>
        <mxCell id="QUzsFoNl6aFI_2ed8XXq-98" parent="1" style="text;html=1;whiteSpace=wrap;strokeColor=none;fillColor=none;align=center;verticalAlign=middle;rounded=0;" value="release jira 2" vertex="1">
          <mxGeometry height="30" width="60" x="-585" y="890" as="geometry" />
        </mxCell>
        <mxCell id="QUzsFoNl6aFI_2ed8XXq-99" parent="1" style="text;html=1;whiteSpace=wrap;strokeColor=none;fillColor=none;align=center;verticalAlign=middle;rounded=0;" value="release jira 1" vertex="1">
          <mxGeometry height="30" width="60" x="-581" y="950" as="geometry" />
        </mxCell>
        <mxCell id="QUzsFoNl6aFI_2ed8XXq-100" parent="1" style="text;html=1;whiteSpace=wrap;strokeColor=none;fillColor=none;align=center;verticalAlign=middle;rounded=0;" value="release jira 3" vertex="1">
          <mxGeometry height="30" width="60" x="-568" y="830" as="geometry" />
        </mxCell>
        <mxCell id="QUzsFoNl6aFI_2ed8XXq-101" parent="1" style="text;html=1;whiteSpace=wrap;strokeColor=none;fillColor=none;align=center;verticalAlign=middle;rounded=0;" value="release&amp;nbsp; stable" vertex="1">
          <mxGeometry height="30" width="60" x="-170" y="1070" as="geometry" />
        </mxCell>
        <mxCell id="QUzsFoNl6aFI_2ed8XXq-103" parent="1" style="text;html=1;whiteSpace=wrap;strokeColor=none;fillColor=none;align=center;verticalAlign=middle;rounded=0;fontColor=#FF0000;" value="?" vertex="1">
          <mxGeometry height="30" width="60" x="-440" y="1040" as="geometry" />
        </mxCell>
-         <mxCell id="QUzsFoNl6aFI_2ed8XXq-104" parent="1" style="text;html=1;whiteSpace=wrap;strokeColor=none;fillColor=none;align=center;verticalAlign=middle;rounded=0;" value="compter = 1" vertex="1">
-           <mxGeometry height="30" width="100" x="-617" y="115" as="geometry" />
+         <mxCell id="QUzsFoNl6aFI_2ed8XXq-104" parent="1" style="text;html=1;whiteSpace=wrap;strokeColor=none;fillColor=none;align=center;verticalAlign=middle;rounded=0;" value="compter = 1 (par dtf_per_trt, cd_pa)" vertex="1">
+           <mxGeometry height="30" width="227" x="-617" y="115" as="geometry" />
        </mxCell>
        <mxCell id="QUzsFoNl6aFI_2ed8XXq-106" parent="1" style="text;html=1;whiteSpace=wrap;strokeColor=none;fillColor=none;align=center;verticalAlign=middle;rounded=0;" value="1. recois le meme fichier plusiere fois (CD_PA, DTF_PER_TRT), bloquer les chargement apres 1 fois&lt;div&gt;2. modifier les donnees et relancer&lt;/div&gt;&lt;div&gt;3. modifier le code et relancer&lt;/div&gt;" vertex="1">
          <mxGeometry height="30" width="470" x="-360" y="720" as="geometry" />
        </mxCell>
        <mxCell id="QUzsFoNl6aFI_2ed8XXq-107" parent="1" style="text;html=1;whiteSpace=wrap;strokeColor=none;fillColor=none;align=center;verticalAlign=middle;rounded=0;" value="meme jira et relance plusier fois" vertex="1">
          <mxGeometry height="30" width="240" x="-330" y="780" as="geometry" />
        </mxCell>
        <mxCell id="QUzsFoNl6aFI_2ed8XXq-108" parent="1" style="text;html=1;whiteSpace=wrap;strokeColor=none;fillColor=none;align=center;verticalAlign=middle;rounded=0;" value="vider la table 6 moins" vertex="1">
          <mxGeometry height="30" width="170" x="-270" y="820" as="geometry" />
        </mxCell>
        <mxCell id="cKu8MT6L8Fp_BZaxLZj7-1" parent="1" style="shape=note;size=15;align=left;spacingLeft=10;html=1;whiteSpace=wrap;fillColor=#e1d5e7;strokeColor=#9673a6;" value="&lt;span style=&quot;background-color: rgb(185, 224, 165);&quot;&gt;Allow seulement le premier chargement du fichier.&lt;br&gt;(bloquer quand c&#39;est 2eme ou plus chargement)&lt;/span&gt;" vertex="1">
          <mxGeometry height="55" width="310" x="-706" y="-95" as="geometry" />
        </mxCell>
        <mxCell id="cKu8MT6L8Fp_BZaxLZj7-2" edge="1" parent="1" source="cKu8MT6L8Fp_BZaxLZj7-1" style="edgeStyle=none;endArrow=none;exitX=0.5;exitY=1;dashed=1;html=1;rounded=0;entryX=0.5;entryY=0;entryDx=0;entryDy=0;exitDx=0;exitDy=0;exitPerimeter=0;" target="QUzsFoNl6aFI_2ed8XXq-104" value="">
          <mxGeometry relative="1" x="1" as="geometry">
            <mxPoint x="590" y="300" as="sourcePoint" />
            <mxPoint x="680" y="507" as="targetPoint" />
          </mxGeometry>
        </mxCell>
        <mxCell id="cKu8MT6L8Fp_BZaxLZj7-3" parent="1" style="ellipse;shape=doubleEllipse;whiteSpace=wrap;html=1;dashed=1;" value="Demande JIRA 1&lt;div&gt;(dev)&lt;/div&gt;" vertex="1">
          <mxGeometry height="60" width="120" x="-1060" y="253.5" as="geometry" />
        </mxCell>
        <mxCell id="cKu8MT6L8Fp_BZaxLZj7-7" parent="1" style="text;html=1;whiteSpace=wrap;strokeColor=none;fillColor=none;align=center;verticalAlign=middle;rounded=0;fontColor=#330000;" value="&lt;font style=&quot;&quot;&gt;Run Tag =&amp;nbsp;&lt;b style=&quot;text-align: left;&quot;&gt;x.x.x_bxxx-Rx&lt;/b&gt;&lt;/font&gt;" vertex="1">
          <mxGeometry height="30" width="200" x="130" y="115" as="geometry" />
        </mxCell>
        <mxCell id="cKu8MT6L8Fp_BZaxLZj7-11" parent="1" style="shape=note;size=15;align=left;spacingLeft=10;html=1;whiteSpace=wrap;fillColor=#e1d5e7;strokeColor=#9673a6;" value="&lt;span style=&quot;background-color: rgb(185, 224, 165);&quot;&gt;Le nom doit etre renomé sous le format pour qu&#39;il soit capable d&#39;etre rechargé:&lt;br&gt;{CD_PA}{FILE_TYPE}{SYS_APL}.MAJ_{NO_JIRA}&lt;/span&gt;&lt;div&gt;&lt;span style=&quot;background-color: rgb(185, 224, 165);&quot;&gt;par ex : FRTIER0A.MAJ_JIRA-1234&lt;/span&gt;&lt;/div&gt;" vertex="1">
          <mxGeometry height="75" width="430" x="-1330" y="40" as="geometry" />
        </mxCell>
        <mxCell id="cKu8MT6L8Fp_BZaxLZj7-14" parent="1" style="ellipse;shape=doubleEllipse;whiteSpace=wrap;html=1;dashed=1;" value="Demande JIRA 2&lt;div&gt;(dev)&lt;/div&gt;" vertex="1">
          <mxGeometry height="60" width="120" x="-1060" y="323.5" as="geometry" />
        </mxCell>
        <mxCell id="cKu8MT6L8Fp_BZaxLZj7-15" parent="1" style="ellipse;shape=doubleEllipse;whiteSpace=wrap;html=1;dashed=1;" value="Demande JIRA 3&lt;div&gt;(dev)&lt;/div&gt;" vertex="1">
          <mxGeometry height="60" width="122" x="-1061" y="393.5" as="geometry" />
        </mxCell>
        <mxCell id="cKu8MT6L8Fp_BZaxLZj7-19" parent="1" style="text;html=1;whiteSpace=wrap;strokeColor=none;fillColor=none;align=center;verticalAlign=middle;rounded=0;fontSize=23;fontStyle=1" value="." vertex="1">
          <mxGeometry height="30" width="60" x="-1030" y="453.25" as="geometry" />
        </mxCell>
        <mxCell id="cKu8MT6L8Fp_BZaxLZj7-20" parent="1" style="text;html=1;whiteSpace=wrap;strokeColor=none;fillColor=none;align=center;verticalAlign=middle;rounded=0;fontSize=23;fontStyle=1" value="." vertex="1">
          <mxGeometry height="30" width="60" x="-1030" y="467" as="geometry" />
        </mxCell>
        <mxCell id="cKu8MT6L8Fp_BZaxLZj7-21" parent="1" style="text;html=1;whiteSpace=wrap;strokeColor=none;fillColor=none;align=center;verticalAlign=middle;rounded=0;fontSize=23;fontStyle=1" value="." vertex="1">
          <mxGeometry height="30" width="60" x="-1030" y="483.25" as="geometry" />
        </mxCell>
        <mxCell id="cKu8MT6L8Fp_BZaxLZj7-24" edge="1" parent="1" source="cKu8MT6L8Fp_BZaxLZj7-23" style="edgeStyle=orthogonalEdgeStyle;rounded=0;orthogonalLoop=1;jettySize=auto;html=1;" target="QUzsFoNl6aFI_2ed8XXq-13">
          <mxGeometry relative="1" as="geometry">
            <Array as="points">
              <mxPoint x="120" y="220" />
              <mxPoint x="120" y="220" />
            </Array>
          </mxGeometry>
        </mxCell>
        <mxCell id="cKu8MT6L8Fp_BZaxLZj7-23" parent="1" style="ellipse;shape=doubleEllipse;whiteSpace=wrap;html=1;fillColor=#ffe6cc;strokeColor=#d79b00;" value="Demande JIRA 1&lt;div&gt;(recharge fichier)&lt;/div&gt;" vertex="1">
          <mxGeometry height="60" width="160" x="-850" y="190" as="geometry" />
        </mxCell>
        <mxCell id="cKu8MT6L8Fp_BZaxLZj7-25" edge="1" parent="1" source="cKu8MT6L8Fp_BZaxLZj7-11" style="edgeStyle=none;endArrow=none;exitX=0;exitY=0;dashed=1;html=1;rounded=0;exitDx=430;exitDy=45;exitPerimeter=0;" target="cKu8MT6L8Fp_BZaxLZj7-23" value="">
          <mxGeometry relative="1" x="1" as="geometry">
            <mxPoint x="-520" y="10" as="sourcePoint" />
            <mxPoint x="-490" y="150" as="targetPoint" />
          </mxGeometry>
        </mxCell>
        <mxCell id="cKu8MT6L8Fp_BZaxLZj7-26" edge="1" parent="1" source="cKu8MT6L8Fp_BZaxLZj7-11" style="edgeStyle=none;endArrow=none;exitX=0;exitY=0;dashed=1;html=1;rounded=0;exitDx=430;exitDy=45;exitPerimeter=0;entryX=0;entryY=0.5;entryDx=0;entryDy=0;" target="QUzsFoNl6aFI_2ed8XXq-34" value="">
          <mxGeometry relative="1" x="1" as="geometry">
            <mxPoint x="-900" y="200" as="sourcePoint" />
            <mxPoint x="-801" y="244" as="targetPoint" />
          </mxGeometry>
        </mxCell>
        <mxCell id="cKu8MT6L8Fp_BZaxLZj7-27" parent="1" style="text;html=1;whiteSpace=wrap;strokeColor=none;fillColor=none;align=center;verticalAlign=middle;rounded=0;fontSize=23;fontStyle=1" value="." vertex="1">
          <mxGeometry height="30" width="60" x="-800" y="305" as="geometry" />
        </mxCell>
        <mxCell id="cKu8MT6L8Fp_BZaxLZj7-28" parent="1" style="text;html=1;whiteSpace=wrap;strokeColor=none;fillColor=none;align=center;verticalAlign=middle;rounded=0;fontSize=23;fontStyle=1" value="." vertex="1">
          <mxGeometry height="30" width="60" x="-800" y="335" as="geometry" />
        </mxCell>
        <mxCell id="cKu8MT6L8Fp_BZaxLZj7-29" parent="1" style="text;html=1;whiteSpace=wrap;strokeColor=none;fillColor=none;align=center;verticalAlign=middle;rounded=0;fontSize=23;fontStyle=1" value="." vertex="1">
          <mxGeometry height="30" width="60" x="-800" y="318.5" as="geometry" />
        </mxCell>
        <mxCell id="cKu8MT6L8Fp_BZaxLZj7-31" parent="1" style="text;html=1;whiteSpace=wrap;strokeColor=none;fillColor=none;align=center;verticalAlign=middle;rounded=0;fontColor=#330000;" value="&lt;font style=&quot;&quot;&gt;Run Tag =&amp;nbsp;&lt;/font&gt;&lt;b style=&quot;text-align: left;&quot;&gt;x.x.x_bxxx-Rx-Jira-xxxx&lt;/b&gt;" vertex="1">
          <mxGeometry height="30" width="200" x="160" y="185" as="geometry" />
        </mxCell>
        <mxCell id="cKu8MT6L8Fp_BZaxLZj7-33" parent="1" style="text;html=1;whiteSpace=wrap;strokeColor=none;fillColor=none;align=center;verticalAlign=middle;rounded=0;fontColor=#330000;" value="&lt;font style=&quot;&quot;&gt;Run Tag =&amp;nbsp;&lt;b style=&quot;text-align: left;&quot;&gt;x.x.x_bxxx-Rx&lt;/b&gt;&lt;/font&gt;" vertex="1">
          <mxGeometry height="30" width="200" x="130" y="347.5" as="geometry" />
        </mxCell>
      </root>
    </mxGraphModel>
  </diagram>
</mxfile>
